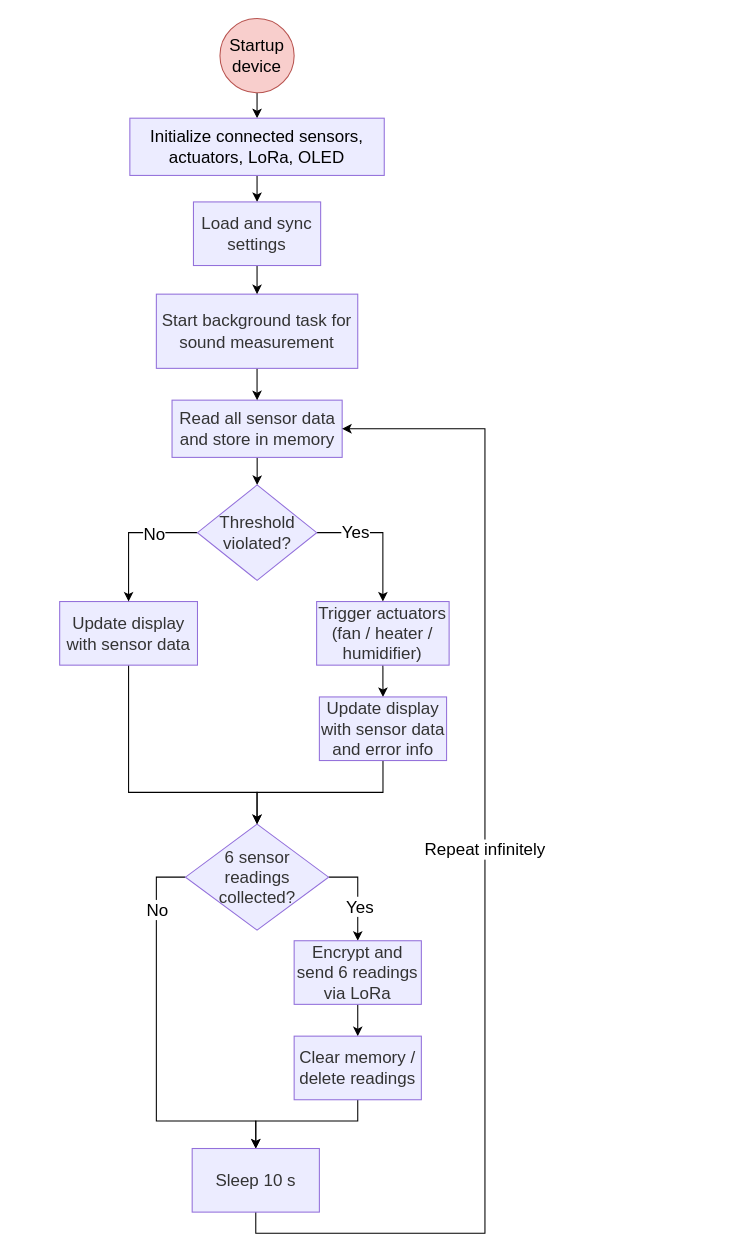
goblingift/DrawIO keeps this draw.io diagram as logic_incubator_esp32.drawio. Above is the earlier version. Source tidied: cells renumbered, new cells numbered last; positions are measured from the earlier drawing's top-left corner, leaving out a move shared by most shapes. Both pictures are drawn from the tidied source at 106%, with x=0, y=0 at pixel (59, 18).
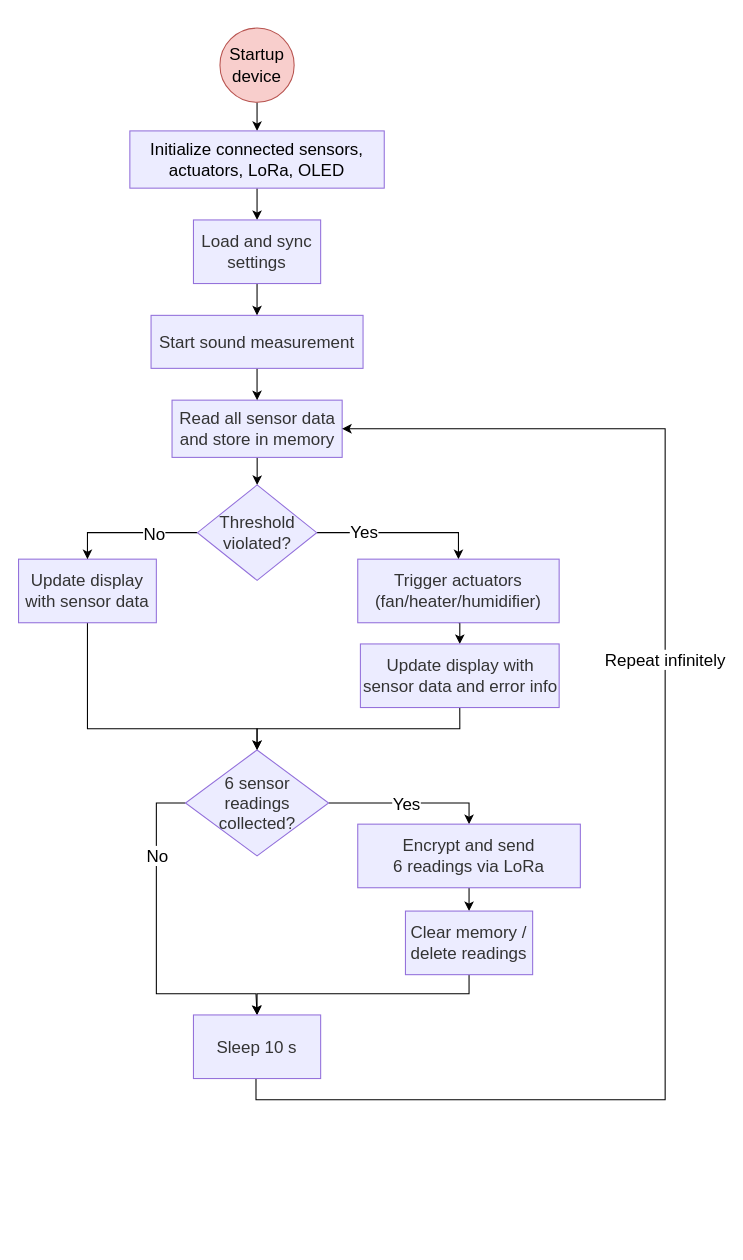
After the change.

The change refers to these unchanged cells:
```xml
<mxCell id="5" value="Read all sensor data and store in memory" style="html=1;whiteSpace=wrap;strokeWidth=1;fillColor=light-dark(#ECECFF,#1f2020);strokeColor=light-dark(#9370DB,#cccccc);fontColor=light-dark(#333333,#cccccc);fontFamily=Arial;fontSize=16;" parent="1" vertex="1">
  <mxGeometry x="105.8" y="360" width="160.5" height="54" as="geometry" />
</mxCell>
<mxCell id="14" style="edgeStyle=orthogonalEdgeStyle;rounded=0;jettySize=auto;html=1;exitX=1;exitY=0.5;exitDx=0;exitDy=0;entryX=0.5;entryY=0;entryDx=0;entryDy=0;fontSize=16;fontFamily=Arial;" parent="1" edge="1" source="18" target="20">
  <mxGeometry relative="1" as="geometry" />
</mxCell>
```

Diff of the diagram source:
```diff
@@
     <mxCell id="3" value="Startup&lt;br&gt;device" style="ellipse;whiteSpace=wrap;html=1;fontFamily=Arial;fontSize=16;fillColor=#f8cecc;strokeColor=#b85450;" parent="1" vertex="1">
-      <mxGeometry x="151" width="70" height="70" as="geometry" />
+      <mxGeometry x="151" y="9" width="70" height="70" as="geometry" />
     </mxCell>
@@
-    <mxCell id="7" value="Start background task for sound measurement" style="html=1;whiteSpace=wrap;strokeWidth=1;fillColor=light-dark(#ECECFF,#1f2020);strokeColor=light-dark(#9370DB,#cccccc);fontColor=light-dark(#333333,#cccccc);fontFamily=Arial;fontSize=16;" parent="1" vertex="1">
-      <mxGeometry x="91" y="260" width="190" height="70" as="geometry" />
+    <mxCell id="7" value="Start sound measurement" style="html=1;whiteSpace=wrap;strokeWidth=1;fillColor=light-dark(#ECECFF,#1f2020);strokeColor=light-dark(#9370DB,#cccccc);fontColor=light-dark(#333333,#cccccc);fontFamily=Arial;fontSize=16;" parent="1" vertex="1">
+      <mxGeometry x="86" y="280" width="200" height="50" as="geometry" />
     </mxCell>
-    <mxCell id="8" style="edgeStyle=orthogonalEdgeStyle;rounded=0;jettySize=auto;html=1;entryX=0.5;entryY=0;entryDx=0;entryDy=0;" parent="1" edge="1" source="9" target="18">
+    <mxCell id="8" style="edgeStyle=orthogonalEdgeStyle;rounded=0;jettySize=auto;html=1;exitX=0.5;exitY=1;exitDx=0;exitDy=0;entryX=0.5;entryY=0;entryDx=0;entryDy=0;" parent="1" edge="1" source="9" target="18">
       <mxGeometry relative="1" as="geometry">
         <Array as="points">
-          <mxPoint x="65" y="730" />
-          <mxPoint x="186" y="730" />
+          <mxPoint x="26" y="670" />
+          <mxPoint x="186" y="670" />
         </Array>
       </mxGeometry>
     </mxCell>
     <mxCell id="9" value="Update display&lt;br&gt;with sensor data" style="html=1;whiteSpace=wrap;strokeWidth=1;fillColor=light-dark(#ECECFF,#1f2020);strokeColor=light-dark(#9370DB,#cccccc);fontColor=light-dark(#333333,#cccccc);fontFamily=Arial;fontSize=16;" parent="1" vertex="1">
-      <mxGeometry x="-0.2" y="550" width="130" height="60" as="geometry" />
+      <mxGeometry x="-39" y="510" width="130" height="60" as="geometry" />
     </mxCell>
@@
     <mxCell id="11" value="&lt;span style=&quot;color: rgb(0, 0, 0);&quot;&gt;Initialize connected sensors, actuators, LoRa, OLED&lt;/span&gt;" style="html=1;whiteSpace=wrap;strokeWidth=1;fillColor=light-dark(#ECECFF,#1f2020);strokeColor=light-dark(#9370DB,#cccccc);fontColor=light-dark(#333333,#cccccc);fontFamily=Arial;fontSize=16;" parent="1" vertex="1">
-      <mxGeometry x="66" y="94" width="240" height="54" as="geometry" />
+      <mxGeometry x="66" y="106" width="240" height="54" as="geometry" />
     </mxCell>
@@
     <mxCell id="13" value="Load and sync settings" style="whiteSpace=wrap;html=1;fontSize=16;fontFamily=Arial;fillColor=light-dark(#ECECFF,#1f2020);strokeColor=light-dark(#9370DB,#cccccc);fontColor=light-dark(#333333,#cccccc);strokeWidth=1;" parent="1" vertex="1">
-      <mxGeometry x="126" y="173" width="120" height="60" as="geometry" />
+      <mxGeometry x="126" y="190" width="120" height="60" as="geometry" />
     </mxCell>
@@
     <mxCell id="15" value="&lt;font face=&quot;Arial&quot; style=&quot;font-size: 16px;&quot;&gt;Yes&lt;/font&gt;" style="edgeLabel;html=1;align=center;verticalAlign=middle;" parent="14" vertex="1">
-      <mxGeometry x="0.26" y="1" relative="1" as="geometry" />
+      <mxGeometry x="0.26" y="1" relative="1" as="geometry">
+        <mxPoint x="-23" y="1" as="offset" />
+      </mxGeometry>
     </mxCell>
     <mxCell id="16" style="edgeStyle=orthogonalEdgeStyle;rounded=0;jettySize=auto;html=1;entryX=0.5;entryY=0;entryDx=0;entryDy=0;exitX=0;exitY=0.5;exitDx=0;exitDy=0;" parent="1" edge="1" source="18" target="34">
       <mxGeometry relative="1" as="geometry">
         <Array as="points">
-          <mxPoint x="91" y="810" />
-          <mxPoint x="91" y="1040" />
-          <mxPoint x="185" y="1040" />
+          <mxPoint x="91" y="740" />
+          <mxPoint x="91" y="920" />
+          <mxPoint x="185" y="920" />
+          <mxPoint x="185" y="940" />
         </Array>
       </mxGeometry>
     </mxCell>
     <mxCell id="17" value="&lt;font style=&quot;font-size: 16px;&quot; face=&quot;Arial&quot;&gt;No&lt;/font&gt;" style="edgeLabel;html=1;align=center;verticalAlign=middle;" parent="16" vertex="1">
       <mxGeometry x="-0.61" y="-1" relative="1" as="geometry">
-        <mxPoint x="1" y="-16" as="offset" />
+        <mxPoint x="1" y="14" as="offset" />
       </mxGeometry>
     </mxCell>
     <mxCell id="18" value="6 sensor&lt;br&gt;readings collected?" style="rhombus;whiteSpace=wrap;html=1;fontSize=16;fontFamily=Arial;fillColor=light-dark(#ECECFF,#1f2020);strokeColor=light-dark(#9370DB,#cccccc);fontColor=light-dark(#333333,#cccccc);strokeWidth=1;" parent="1" vertex="1">
-      <mxGeometry x="118.5" y="760" width="135" height="100" as="geometry" />
+      <mxGeometry x="118.5" y="690" width="135" height="100" as="geometry" />
     </mxCell>
@@
-    <mxCell id="20" value="Encrypt and send 6 readings&lt;br&gt;via LoRa" style="whiteSpace=wrap;html=1;fontSize=16;fontFamily=Arial;fillColor=light-dark(#ECECFF,#1f2020);strokeColor=light-dark(#9370DB,#cccccc);fontColor=light-dark(#333333,#cccccc);strokeWidth=1;" parent="1" vertex="1">
-      <mxGeometry x="221" y="870" width="120" height="60" as="geometry" />
+    <mxCell id="20" value="Encrypt and send&lt;br&gt;6 readings via LoRa" style="whiteSpace=wrap;html=1;fontSize=16;fontFamily=Arial;fillColor=light-dark(#ECECFF,#1f2020);strokeColor=light-dark(#9370DB,#cccccc);fontColor=light-dark(#333333,#cccccc);strokeWidth=1;" parent="1" vertex="1">
+      <mxGeometry x="281" y="760" width="210" height="60" as="geometry" />
     </mxCell>
-    <mxCell id="21" style="edgeStyle=orthogonalEdgeStyle;rounded=0;jettySize=auto;html=1;entryX=0.5;entryY=0;entryDx=0;entryDy=0;" parent="1" edge="1" source="22" target="34">
+    <mxCell id="21" style="edgeStyle=orthogonalEdgeStyle;rounded=0;jettySize=auto;html=1;entryX=0.5;entryY=0;entryDx=0;entryDy=0;exitX=0.5;exitY=1;exitDx=0;exitDy=0;" parent="1" edge="1" source="22" target="34">
       <mxGeometry relative="1" as="geometry">
         <Array as="points">
-          <mxPoint x="281" y="1040" />
-          <mxPoint x="185" y="1040" />
+          <mxPoint x="386" y="920" />
+          <mxPoint x="186" y="920" />
         </Array>
       </mxGeometry>
     </mxCell>
     <mxCell id="22" value="Clear memory / delete readings" style="whiteSpace=wrap;html=1;fontSize=16;fontFamily=Arial;fillColor=light-dark(#ECECFF,#1f2020);strokeColor=light-dark(#9370DB,#cccccc);fontColor=light-dark(#333333,#cccccc);strokeWidth=1;" parent="1" vertex="1">
-      <mxGeometry x="221" y="960" width="120" height="60" as="geometry" />
+      <mxGeometry x="326" y="842" width="120" height="60" as="geometry" />
     </mxCell>
@@
-    <mxCell id="29" value="Trigger actuators (fan / heater / humidifier)" style="whiteSpace=wrap;html=1;fontSize=16;fontFamily=Arial;fillColor=light-dark(#ECECFF,#1f2020);strokeColor=light-dark(#9370DB,#cccccc);fontColor=light-dark(#333333,#cccccc);strokeWidth=1;" parent="1" vertex="1">
-      <mxGeometry x="242.2" y="550" width="125" height="60" as="geometry" />
+    <mxCell id="29" value="Trigger actuators&lt;div&gt;(fan/heater/humidifier)&lt;/div&gt;" style="whiteSpace=wrap;html=1;fontSize=16;fontFamily=Arial;fillColor=light-dark(#ECECFF,#1f2020);strokeColor=light-dark(#9370DB,#cccccc);fontColor=light-dark(#333333,#cccccc);strokeWidth=1;" parent="1" vertex="1">
+      <mxGeometry x="281" y="510" width="190" height="60" as="geometry" />
     </mxCell>
-    <mxCell id="30" style="edgeStyle=orthogonalEdgeStyle;rounded=0;jettySize=auto;html=1;entryX=0.5;entryY=0;entryDx=0;entryDy=0;" parent="1" edge="1" source="31" target="18">
+    <mxCell id="30" style="edgeStyle=orthogonalEdgeStyle;rounded=0;jettySize=auto;html=1;exitX=0.5;exitY=1;exitDx=0;exitDy=0;entryX=0.5;entryY=0;entryDx=0;entryDy=0;" parent="1" edge="1" source="31" target="18">
       <mxGeometry relative="1" as="geometry" />
     </mxCell>
     <mxCell id="31" value="Update display with sensor data and error info" style="whiteSpace=wrap;html=1;fontSize=16;fontFamily=Arial;fillColor=light-dark(#ECECFF,#1f2020);strokeColor=light-dark(#9370DB,#cccccc);fontColor=light-dark(#333333,#cccccc);strokeWidth=1;" parent="1" vertex="1">
-      <mxGeometry x="244.8" y="640" width="120" height="60" as="geometry" />
+      <mxGeometry x="283.5" y="590" width="187.5" height="60" as="geometry" />
     </mxCell>
     <mxCell id="32" style="edgeStyle=orthogonalEdgeStyle;rounded=0;jettySize=auto;html=1;exitX=0.5;exitY=1;exitDx=0;exitDy=0;entryX=1;entryY=0.5;entryDx=0;entryDy=0;" parent="1" edge="1" source="34" target="5">
       <mxGeometry relative="1" as="geometry">
         <Array as="points">
-          <mxPoint x="185" y="1146" />
-          <mxPoint x="401" y="1146" />
-          <mxPoint x="401" y="387" />
+          <mxPoint x="185" y="1020" />
+          <mxPoint x="571" y="1020" />
+          <mxPoint x="571" y="387" />
         </Array>
       </mxGeometry>
     </mxCell>
     <mxCell id="33" value="&lt;font face=&quot;Arial&quot; style=&quot;font-size: 16px;&quot;&gt;Repeat infinitely&lt;/font&gt;" style="edgeLabel;html=1;align=center;verticalAlign=middle;" parent="32" vertex="1">
       <mxGeometry x="0.12" y="1" relative="1" as="geometry">
-        <mxPoint y="34" as="offset" />
+        <mxPoint y="-70" as="offset" />
       </mxGeometry>
     </mxCell>
     <mxCell id="34" value="Sleep 10 s" style="whiteSpace=wrap;html=1;fontSize=16;fontFamily=Arial;fillColor=light-dark(#ECECFF,#1f2020);strokeColor=light-dark(#9370DB,#cccccc);fontColor=light-dark(#333333,#cccccc);strokeWidth=1;" parent="1" vertex="1">
-      <mxGeometry x="124.8" y="1066" width="120" height="60" as="geometry" />
+      <mxGeometry x="126" y="940" width="120" height="60" as="geometry" />
     </mxCell>
```
